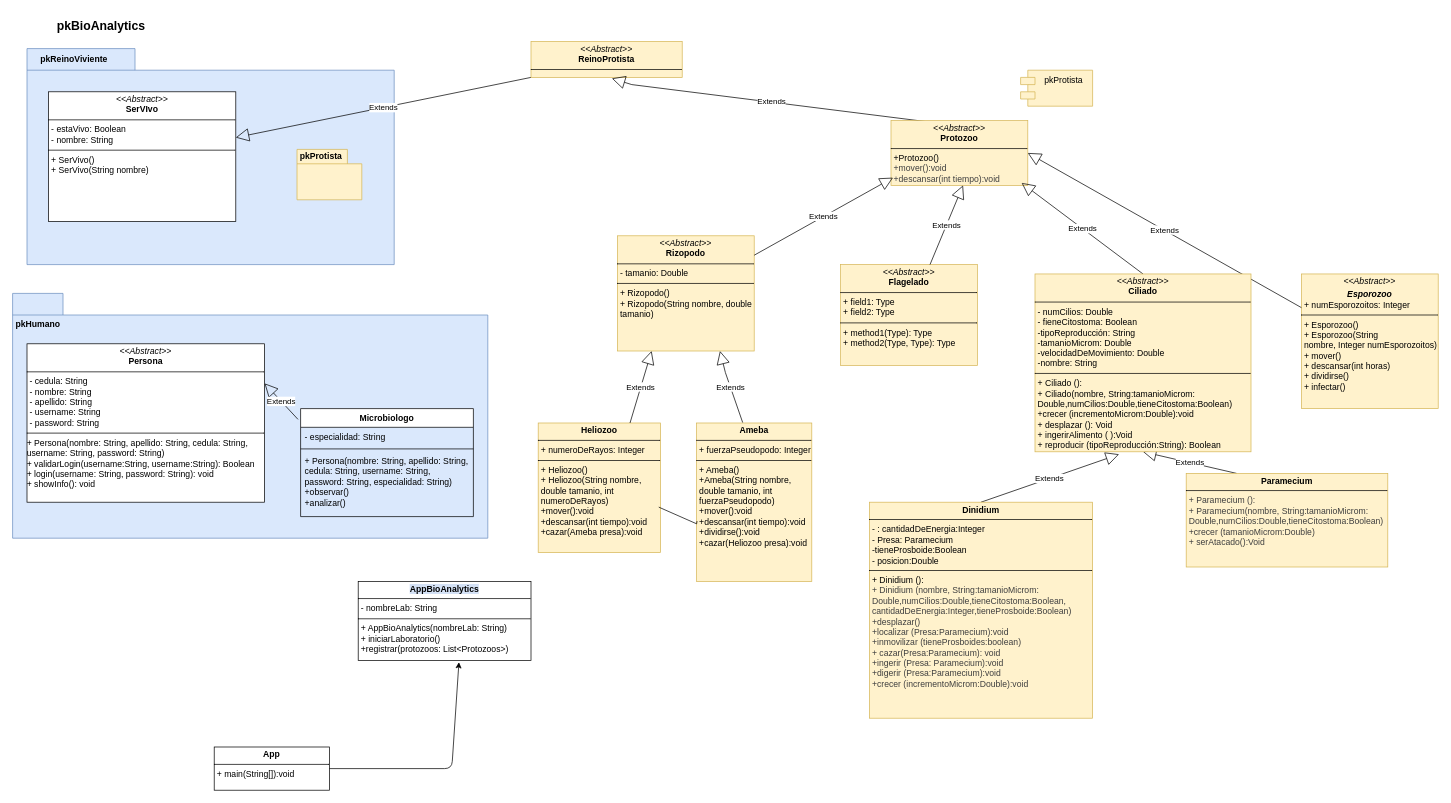
nikito34-max/proyectoBiologo_grupo3 keeps this draw.io diagram as design/DiagramaDeClasesBiologo.drawio. Above is the earlier version. Source tidied: cells renumbered, new cells numbered last; positions are measured from the earlier drawing's top-left corner, leaving out a move shared by most shapes. Both pictures are drawn from the tidied source at 72%, with x=0, y=0 at pixel (12, 12).
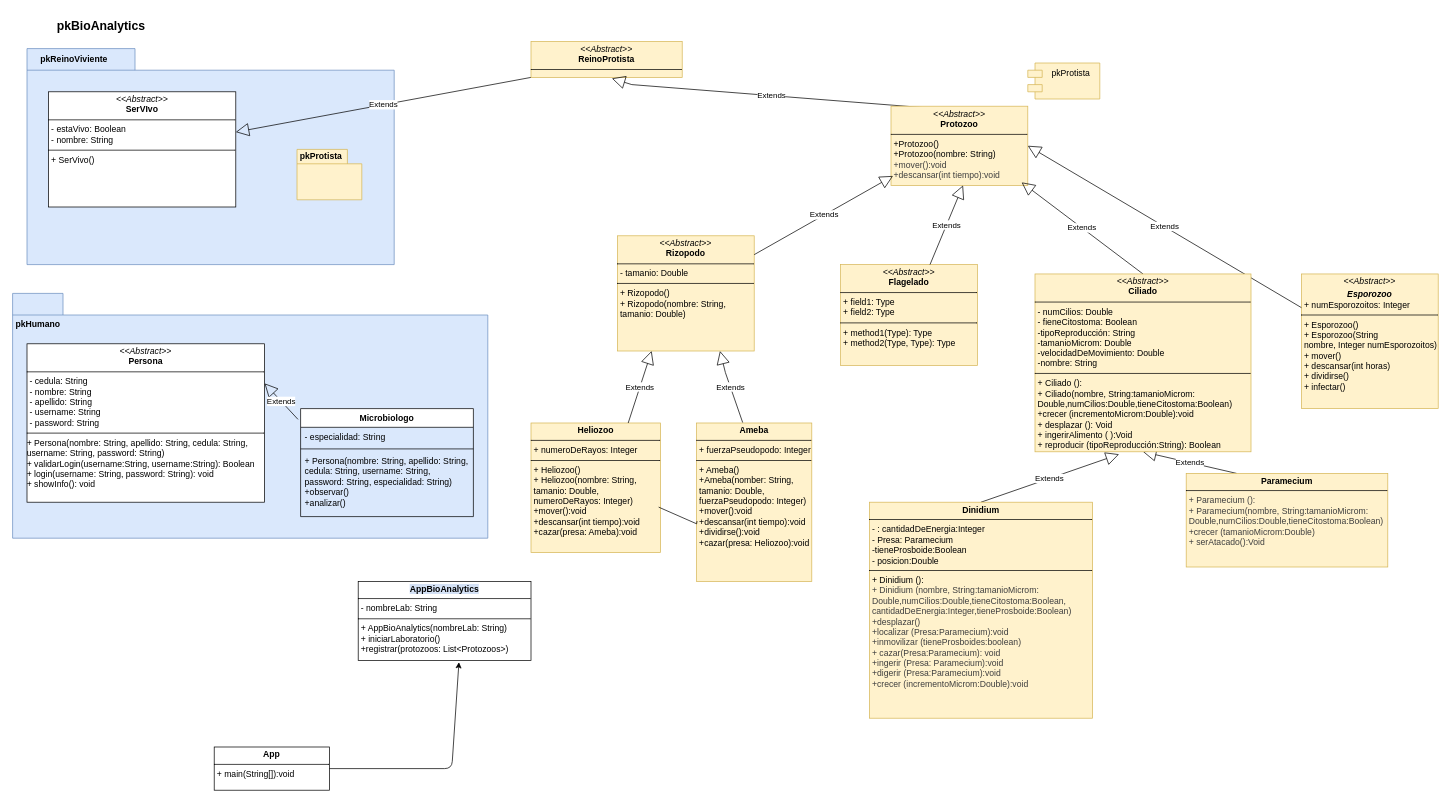
Above is the later version.

Commit message (it also covers changes not shown here):
Correcciones en diagrama

The edit, as a diff of the source:
```diff
@@
-    <mxCell id="9" value="&lt;p style=&quot;margin:0px;margin-top:4px;text-align:center;&quot;&gt;&lt;i&gt;&amp;lt;&amp;lt;Abstract&amp;gt;&amp;gt;&lt;/i&gt;&lt;br&gt;&lt;b&gt;SerVIvo&lt;/b&gt;&lt;/p&gt;&lt;hr size=&quot;1&quot; style=&quot;border-style:solid;&quot;&gt;&lt;p style=&quot;margin:0px;margin-left:4px;&quot;&gt;- estaVivo: Boolean&lt;/p&gt;&lt;p style=&quot;margin:0px;margin-left:4px;&quot;&gt;- nombre: String&lt;/p&gt;&lt;hr size=&quot;1&quot; style=&quot;border-style:solid;&quot;&gt;&lt;p style=&quot;margin:0px;margin-left:4px;&quot;&gt;+ SerVivo()&lt;/p&gt;&lt;p style=&quot;margin:0px;margin-left:4px;&quot;&gt;+ SerVivo(String nombre)&lt;/p&gt;" style="verticalAlign=top;align=left;overflow=fill;html=1;whiteSpace=wrap;" parent="1" vertex="1">
-      <mxGeometry x="50" y="110" width="260" height="180" as="geometry" />
+    <mxCell id="9" value="&lt;p style=&quot;margin:0px;margin-top:4px;text-align:center;&quot;&gt;&lt;i&gt;&amp;lt;&amp;lt;Abstract&amp;gt;&amp;gt;&lt;/i&gt;&lt;br&gt;&lt;b&gt;SerVIvo&lt;/b&gt;&lt;/p&gt;&lt;hr size=&quot;1&quot; style=&quot;border-style:solid;&quot;&gt;&lt;p style=&quot;margin:0px;margin-left:4px;&quot;&gt;- estaVivo: Boolean&lt;/p&gt;&lt;p style=&quot;margin:0px;margin-left:4px;&quot;&gt;- nombre: String&lt;/p&gt;&lt;hr size=&quot;1&quot; style=&quot;border-style:solid;&quot;&gt;&lt;p style=&quot;margin:0px;margin-left:4px;&quot;&gt;+ SerVivo()&lt;/p&gt;" style="verticalAlign=top;align=left;overflow=fill;html=1;whiteSpace=wrap;" parent="1" vertex="1">
+      <mxGeometry x="50" y="110" width="260" height="160" as="geometry" />
     </mxCell>
@@
-    <mxCell id="20" value="&lt;p style=&quot;margin:0px;margin-top:4px;text-align:center;&quot;&gt;&lt;i&gt;&amp;lt;&amp;lt;Abstract&amp;gt;&amp;gt;&lt;/i&gt;&lt;br&gt;&lt;b&gt;Protozoo&lt;/b&gt;&lt;/p&gt;&lt;hr size=&quot;1&quot; style=&quot;border-style:solid;&quot;&gt;&lt;p style=&quot;margin:0px;margin-left:4px;&quot;&gt;+Protozoo()&lt;/p&gt;&lt;p style=&quot;color: rgb(63, 63, 63); scrollbar-color: rgb(226, 226, 226) rgb(251, 251, 251); margin: 0px 0px 0px 4px;&quot;&gt;+mover():void&lt;/p&gt;&lt;p style=&quot;color: rgb(63, 63, 63); scrollbar-color: rgb(226, 226, 226) rgb(251, 251, 251); margin: 0px 0px 0px 4px;&quot;&gt;+descansar(int tiempo):void&lt;/p&gt;" style="verticalAlign=top;align=left;overflow=fill;html=1;whiteSpace=wrap;fillColor=#fff2cc;strokeColor=#d6b656;" parent="1" vertex="1">
-      <mxGeometry x="1220" y="150" width="190" height="90" as="geometry" />
+    <mxCell id="20" value="&lt;p style=&quot;margin:0px;margin-top:4px;text-align:center;&quot;&gt;&lt;i&gt;&amp;lt;&amp;lt;Abstract&amp;gt;&amp;gt;&lt;/i&gt;&lt;br&gt;&lt;b&gt;Protozoo&lt;/b&gt;&lt;/p&gt;&lt;hr size=&quot;1&quot; style=&quot;border-style:solid;&quot;&gt;&lt;p style=&quot;margin:0px;margin-left:4px;&quot;&gt;+Protozoo()&lt;/p&gt;&lt;p style=&quot;margin:0px;margin-left:4px;&quot;&gt;+Protozoo(nombre: String)&lt;/p&gt;&lt;p style=&quot;color: rgb(63, 63, 63); scrollbar-color: rgb(226, 226, 226) rgb(251, 251, 251); margin: 0px 0px 0px 4px;&quot;&gt;+mover():void&lt;/p&gt;&lt;p style=&quot;color: rgb(63, 63, 63); scrollbar-color: rgb(226, 226, 226) rgb(251, 251, 251); margin: 0px 0px 0px 4px;&quot;&gt;+descansar(int tiempo):void&lt;/p&gt;&lt;p style=&quot;color: rgb(63, 63, 63); scrollbar-color: rgb(226, 226, 226) rgb(251, 251, 251); margin: 0px 0px 0px 4px;&quot;&gt;&lt;br&gt;&lt;/p&gt;" style="verticalAlign=top;align=left;overflow=fill;html=1;whiteSpace=wrap;fillColor=#fff2cc;strokeColor=#d6b656;" parent="1" vertex="1">
+      <mxGeometry x="1220" y="130" width="190" height="110" as="geometry" />
     </mxCell>
-    <mxCell id="21" value="&lt;p style=&quot;margin:0px;margin-top:4px;text-align:center;&quot;&gt;&lt;i&gt;&amp;lt;&amp;lt;Abstract&amp;gt;&amp;gt;&lt;/i&gt;&lt;br&gt;&lt;b&gt;Rizopodo&lt;/b&gt;&lt;/p&gt;&lt;hr size=&quot;1&quot; style=&quot;border-style:solid;&quot;&gt;&lt;p style=&quot;margin:0px;margin-left:4px;&quot;&gt;- tamanio: Double&lt;/p&gt;&lt;hr size=&quot;1&quot; style=&quot;border-style:solid;&quot;&gt;&lt;p style=&quot;margin:0px;margin-left:4px;&quot;&gt;+ Rizopodo()&lt;br&gt;+ Rizopodo(String nombre, double tamanio)&lt;/p&gt;&lt;p style=&quot;margin:0px;margin-left:4px;&quot;&gt;&lt;br&gt;&lt;/p&gt;" style="verticalAlign=top;align=left;overflow=fill;html=1;whiteSpace=wrap;fillColor=#fff2cc;strokeColor=#d6b656;" parent="1" vertex="1">
+    <mxCell id="21" value="&lt;p style=&quot;margin:0px;margin-top:4px;text-align:center;&quot;&gt;&lt;i&gt;&amp;lt;&amp;lt;Abstract&amp;gt;&amp;gt;&lt;/i&gt;&lt;br&gt;&lt;b&gt;Rizopodo&lt;/b&gt;&lt;/p&gt;&lt;hr size=&quot;1&quot; style=&quot;border-style:solid;&quot;&gt;&lt;p style=&quot;margin:0px;margin-left:4px;&quot;&gt;- tamanio: Double&lt;/p&gt;&lt;hr size=&quot;1&quot; style=&quot;border-style:solid;&quot;&gt;&lt;p style=&quot;margin:0px;margin-left:4px;&quot;&gt;+ Rizopodo()&lt;br&gt;+ Rizopodo(nombre: String, tamanio: Double)&lt;/p&gt;&lt;p style=&quot;margin:0px;margin-left:4px;&quot;&gt;&lt;br&gt;&lt;/p&gt;" style="verticalAlign=top;align=left;overflow=fill;html=1;whiteSpace=wrap;fillColor=#fff2cc;strokeColor=#d6b656;" parent="1" vertex="1">
       <mxGeometry x="840" y="310" width="190" height="160" as="geometry" />
     </mxCell>
@@
     <mxCell id="23" value="pkProtista" style="shape=module;align=left;spacingLeft=20;align=center;verticalAlign=top;whiteSpace=wrap;html=1;fillColor=#fff2cc;strokeColor=#d6b656;" parent="1" vertex="1">
-      <mxGeometry x="1400" y="80" width="100" height="50" as="geometry" />
+      <mxGeometry x="1410" y="70" width="100" height="50" as="geometry" />
     </mxCell>
@@
-    <mxCell id="29" value="&lt;p style=&quot;margin:0px;margin-top:4px;text-align:center;&quot;&gt;&lt;b&gt;Ameba&lt;/b&gt;&lt;/p&gt;&lt;hr size=&quot;1&quot; style=&quot;border-style:solid;&quot;&gt;&lt;p style=&quot;margin:0px;margin-left:4px;&quot;&gt;+ fuerzaPseudopodo: Integer&lt;/p&gt;&lt;hr size=&quot;1&quot; style=&quot;border-style:solid;&quot;&gt;&lt;p style=&quot;margin: 0px 0px 0px 4px;&quot;&gt;+ Ameba()&lt;/p&gt;&lt;p style=&quot;margin: 0px 0px 0px 4px;&quot;&gt;+Ameba(String nombre, double tamanio, int fuerzaPseudopodo)&lt;/p&gt;&lt;p style=&quot;margin: 0px 0px 0px 4px;&quot;&gt;+mover():void&lt;/p&gt;&lt;p style=&quot;margin: 0px 0px 0px 4px;&quot;&gt;+descansar(int tiempo):void&lt;/p&gt;&lt;p style=&quot;margin: 0px 0px 0px 4px;&quot;&gt;+dividirse():void&lt;/p&gt;&lt;p style=&quot;margin: 0px 0px 0px 4px;&quot;&gt;+cazar(Heliozoo presa):void&lt;/p&gt;" style="verticalAlign=top;align=left;overflow=fill;html=1;whiteSpace=wrap;fillColor=#fff2cc;strokeColor=#d6b656;" parent="1" vertex="1">
+    <mxCell id="29" value="&lt;p style=&quot;margin:0px;margin-top:4px;text-align:center;&quot;&gt;&lt;b&gt;Ameba&lt;/b&gt;&lt;/p&gt;&lt;hr size=&quot;1&quot; style=&quot;border-style:solid;&quot;&gt;&lt;p style=&quot;margin:0px;margin-left:4px;&quot;&gt;+ fuerzaPseudopodo: Integer&lt;/p&gt;&lt;hr size=&quot;1&quot; style=&quot;border-style:solid;&quot;&gt;&lt;p style=&quot;margin: 0px 0px 0px 4px;&quot;&gt;+ Ameba()&lt;/p&gt;&lt;p style=&quot;margin: 0px 0px 0px 4px;&quot;&gt;+Ameba(nomber: String, tamanio: Double, fuerzaPseudopodo: Integer)&lt;/p&gt;&lt;p style=&quot;margin: 0px 0px 0px 4px;&quot;&gt;+mover():void&lt;/p&gt;&lt;p style=&quot;margin: 0px 0px 0px 4px;&quot;&gt;+descansar(int tiempo):void&lt;/p&gt;&lt;p style=&quot;margin: 0px 0px 0px 4px;&quot;&gt;+dividirse():void&lt;/p&gt;&lt;p style=&quot;margin: 0px 0px 0px 4px;&quot;&gt;+cazar(presa: Heliozoo):void&lt;/p&gt;" style="verticalAlign=top;align=left;overflow=fill;html=1;whiteSpace=wrap;fillColor=#fff2cc;strokeColor=#d6b656;" parent="1" vertex="1">
       <mxGeometry x="950" y="570" width="160" height="220" as="geometry" />
     </mxCell>
@@
-    <mxCell id="31" value="&lt;p style=&quot;margin:0px;margin-top:4px;text-align:center;&quot;&gt;&lt;b&gt;Heliozoo&lt;/b&gt;&lt;/p&gt;&lt;hr size=&quot;1&quot; style=&quot;border-style:solid;&quot;&gt;&lt;p style=&quot;margin:0px;margin-left:4px;&quot;&gt;+ numeroDeRayos: Integer&lt;/p&gt;&lt;hr size=&quot;1&quot; style=&quot;border-style:solid;&quot;&gt;&lt;p style=&quot;margin:0px;margin-left:4px;&quot;&gt;+ Heliozoo()&lt;/p&gt;&lt;p style=&quot;margin:0px;margin-left:4px;&quot;&gt;+ Heliozoo(String nombre, double tamanio, int numeroDeRayos)&lt;/p&gt;&lt;p style=&quot;margin:0px;margin-left:4px;&quot;&gt;+mover():void&lt;/p&gt;&lt;p style=&quot;margin:0px;margin-left:4px;&quot;&gt;+descansar(int tiempo):void&lt;/p&gt;&lt;p style=&quot;margin:0px;margin-left:4px;&quot;&gt;+cazar(Ameba presa):void&lt;/p&gt;" style="verticalAlign=top;align=left;overflow=fill;html=1;whiteSpace=wrap;fillColor=#fff2cc;strokeColor=#d6b656;" parent="1" vertex="1">
-      <mxGeometry x="730" y="570" width="170" height="180" as="geometry" />
+    <mxCell id="31" value="&lt;p style=&quot;margin:0px;margin-top:4px;text-align:center;&quot;&gt;&lt;b&gt;Heliozoo&lt;/b&gt;&lt;/p&gt;&lt;hr size=&quot;1&quot; style=&quot;border-style:solid;&quot;&gt;&lt;p style=&quot;margin:0px;margin-left:4px;&quot;&gt;+ numeroDeRayos: Integer&lt;/p&gt;&lt;hr size=&quot;1&quot; style=&quot;border-style:solid;&quot;&gt;&lt;p style=&quot;margin:0px;margin-left:4px;&quot;&gt;+ Heliozoo()&lt;/p&gt;&lt;p style=&quot;margin:0px;margin-left:4px;&quot;&gt;+ Heliozoo(nombre: String, tamanio: Double, numeroDeRayos: Integer)&lt;/p&gt;&lt;p style=&quot;margin:0px;margin-left:4px;&quot;&gt;+mover():void&lt;/p&gt;&lt;p style=&quot;margin:0px;margin-left:4px;&quot;&gt;+descansar(int tiempo):void&lt;/p&gt;&lt;p style=&quot;margin:0px;margin-left:4px;&quot;&gt;+cazar(presa: Ameba):void&lt;/p&gt;" style="verticalAlign=top;align=left;overflow=fill;html=1;whiteSpace=wrap;fillColor=#fff2cc;strokeColor=#d6b656;" parent="1" vertex="1">
+      <mxGeometry x="720" y="570" width="180" height="180" as="geometry" />
     </mxCell>
```
